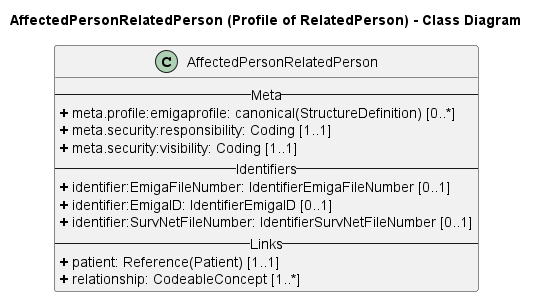
The PlantUML diagram rki.emiga.common/guides/implementationguides.common/PlantUML/PNGs/AffectedPersonRelatedPerson.png in robert-koch-institut/rki.emiga.common, before a commit.
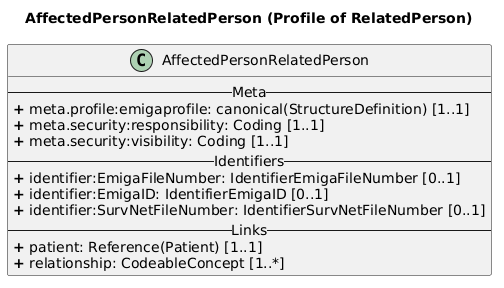
Later version of the same file.

Diff of the diagram source:
```diff
@@ -1,11 +1,11 @@
 @startuml
 skinparam linetype ortho
 
-title AffectedPersonRelatedPerson (Profile of RelatedPerson) - Class Diagram
+title AffectedPersonRelatedPerson (Profile of RelatedPerson)
 
 class AffectedPersonRelatedPerson{
 -- Meta --
-<b>+</b> meta.profile:emigaprofile: canonical(StructureDefinition) [0..*]
+<b>+</b> meta.profile:emigaprofile: canonical(StructureDefinition) [1..1]
 <b>+</b> meta.security:responsibility: Coding [1..1]
 <b>+</b> meta.security:visibility: Coding [1..1]
 -- Identifiers --
@@ -16,5 +16,4 @@
 <b>+</b> patient: Reference(Patient) [1..1]
 <b>+</b> relationship: CodeableConcept [1..*]
 }
-
 @enduml
```
